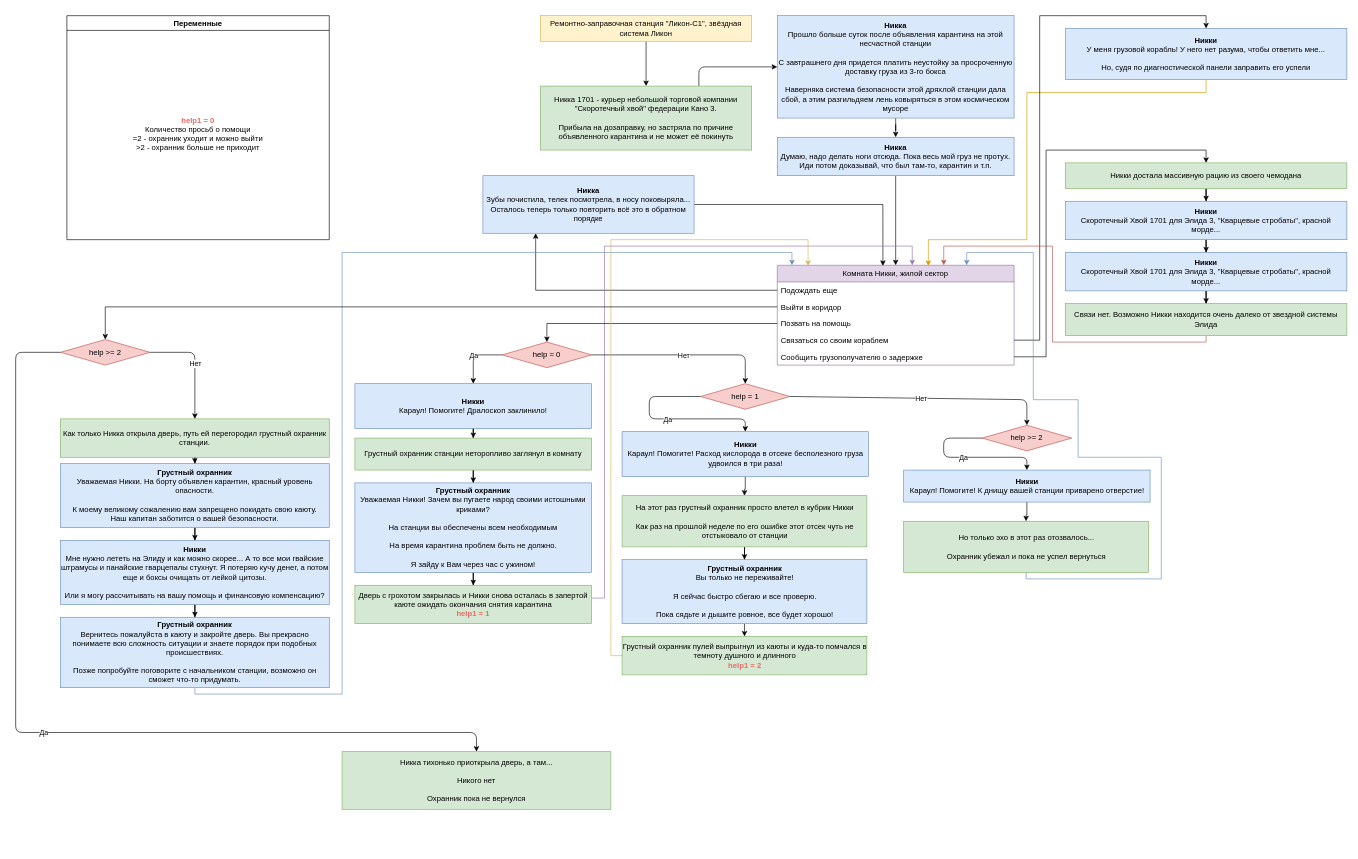
This is nikka1.drawio from zertex/nikka1, a draw.io file, before an edit. Source tidied: cells renumbered, new cells numbered last; positions are measured from the earlier drawing's top-left corner, leaving out a move shared by most shapes. Both pictures are drawn from the tidied source at 64%, with x=0, y=0 at pixel (15, 15).
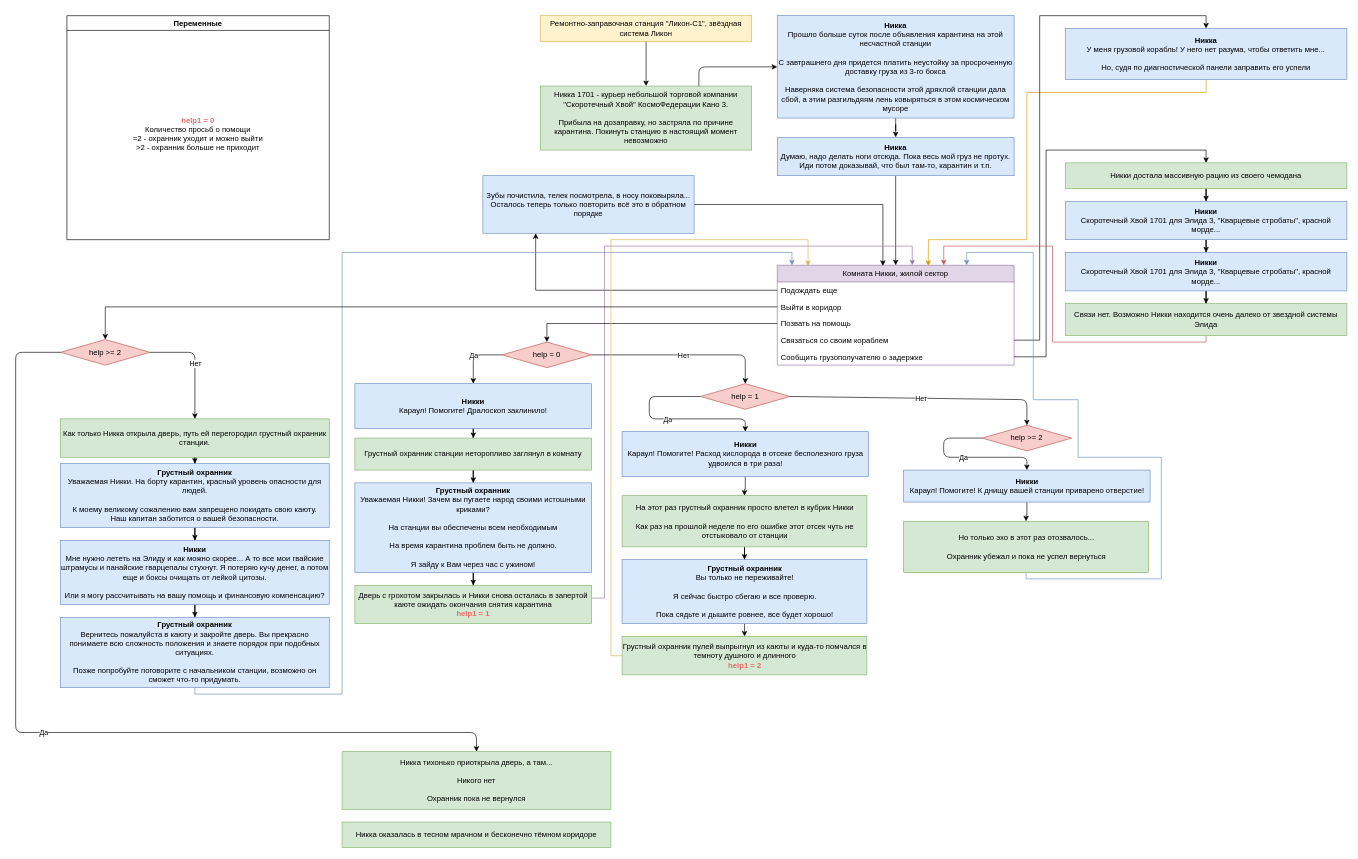
The same page after the edit.

What changed in the source:
```diff
@@
-    <mxCell id="9" value="&lt;div&gt;&lt;b&gt;Никка&lt;/b&gt;&lt;br&gt;&lt;/div&gt;&lt;div&gt;Прошло больше суток после объявления карантина на этой несчастной станции&lt;/div&gt;&lt;div&gt;&lt;br&gt;&lt;/div&gt;&lt;div&gt;&lt;div&gt;С завтрашнего дня придется платить неустойку за просроченную доставку груза из 3-го бокса&lt;/div&gt;&lt;/div&gt;&lt;div&gt;&lt;br&gt;&lt;/div&gt;&lt;div&gt;Наверняка система безопасности этой дряхлой станции дала сбой, а этим разгильдяем лень ковыряться в этом космическом мусоре&lt;/div&gt;" style="whiteSpace=wrap;html=1;fillColor=#dae8fc;strokeColor=#6c8ebf;" parent="1" vertex="1">
+    <mxCell id="9" value="&lt;div&gt;&lt;b&gt;Никка&lt;/b&gt;&lt;br&gt;&lt;/div&gt;&lt;div&gt;Прошло больше суток после объявления карантина на этой несчастной станции&lt;/div&gt;&lt;div&gt;&lt;br&gt;&lt;/div&gt;&lt;div&gt;&lt;div&gt;С завтрашнего дня придется платить неустойку за просроченную доставку груза из 3-го бокса&lt;/div&gt;&lt;/div&gt;&lt;div&gt;&lt;br&gt;&lt;/div&gt;&lt;div&gt;Наверняка система безопасности этой дряхлой станции дала сбой, а этим разгильдяям лень ковыряться в этом космическом мусоре&lt;/div&gt;" style="whiteSpace=wrap;html=1;fillColor=#dae8fc;strokeColor=#6c8ebf;" parent="1" vertex="1">
       <mxGeometry x="1190" width="370" height="160" as="geometry" />
     </mxCell>
@@
-    <mxCell id="13" value="&lt;div&gt;Никка 1701 - курьер небольшой торговой компании &quot;Скоротечный хвой&quot; федерации Кано 3.&lt;/div&gt;&lt;div&gt;&lt;br&gt;&lt;/div&gt;&lt;div&gt;Прибыла на дозаправку, но застряла по причине объявленного карантина и не может её покинуть&lt;br&gt;&lt;/div&gt;" style="whiteSpace=wrap;html=1;fillColor=#d5e8d4;strokeColor=#82b366;" parent="1" vertex="1">
+    <mxCell id="13" value="&lt;div&gt;Никка 1701 - курьер небольшой торговой компании &quot;Скоротечный Хвой&quot; КосмоФедерации Кано 3.&lt;/div&gt;&lt;div&gt;&lt;br&gt;&lt;/div&gt;&lt;div&gt;Прибыла на дозаправку, но застряла по причине карантина. Покинуть станцию в настоящий момент невозможно&lt;br&gt;&lt;/div&gt;" style="whiteSpace=wrap;html=1;fillColor=#d5e8d4;strokeColor=#82b366;" parent="1" vertex="1">
       <mxGeometry x="820" y="110" width="330" height="100" as="geometry" />
     </mxCell>
@@
-    <mxCell id="17" value="&lt;div&gt;&lt;b&gt;Никка&lt;/b&gt;&lt;br&gt;&lt;/div&gt;&lt;div&gt;Зубы почистила, телек посмотрела, в носу поковыряла...&lt;/div&gt;&lt;div&gt;Осталось теперь только повторить всё это в обратном порядке&lt;br&gt;&lt;/div&gt;" style="rounded=0;whiteSpace=wrap;html=1;fillColor=#dae8fc;strokeColor=#6c8ebf;" parent="1" vertex="1">
+    <mxCell id="17" value="Зубы почистила, телек посмотрела, в носу поковыряла...&lt;br&gt;Осталось теперь только повторить всё это в обратном порядке" style="rounded=0;whiteSpace=wrap;html=1;fillColor=#dae8fc;strokeColor=#6c8ebf;" parent="1" vertex="1">
       <mxGeometry x="730" y="250" width="330" height="90" as="geometry" />
     </mxCell>
@@
-    <mxCell id="21" value="&lt;div&gt;&lt;b&gt;Грустный охранник&lt;/b&gt;&lt;/div&gt;&lt;div&gt;Уважаемая Никки. На борту объявлен карантин, красный уровень опасности.&lt;/div&gt;&lt;div&gt;&lt;br&gt;&lt;/div&gt;&lt;div&gt;К моему великому сожалению вам запрещено покидать свою каюту.&lt;/div&gt;&lt;div&gt;Наш капитан заботится о вашей безопасности.&lt;br&gt;&lt;/div&gt;" style="rounded=0;whiteSpace=wrap;html=1;fillColor=#dae8fc;strokeColor=#6c8ebf;" parent="1" vertex="1">
+    <mxCell id="21" value="&lt;div&gt;&lt;b&gt;Грустный охранник&lt;/b&gt;&lt;/div&gt;&lt;div&gt;Уважаемая Никки. На борту карантин, красный уровень опасности для людей.&lt;/div&gt;&lt;div&gt;&lt;br&gt;&lt;/div&gt;&lt;div&gt;К моему великому сожалению вам запрещено покидать свою каюту.&lt;/div&gt;&lt;div&gt;Наш капитан заботится о вашей безопасности.&lt;br&gt;&lt;/div&gt;" style="rounded=0;whiteSpace=wrap;html=1;fillColor=#dae8fc;strokeColor=#6c8ebf;" parent="1" vertex="1">
       <mxGeometry x="70" y="700" width="420" height="100" as="geometry" />
     </mxCell>
@@
-    <mxCell id="26" value="&lt;div&gt;&lt;b&gt;Грустный охранник&lt;/b&gt;&lt;br&gt;&lt;/div&gt;&lt;div&gt;Вернитесь пожалуйста в каюту и закройте дверь. Вы прекрасно понимаете всю сложность ситуации и знаете порядок при подобных происшествиях.&lt;/div&gt;&lt;div&gt;&lt;br&gt;&lt;/div&gt;&lt;div&gt;Позже попробуйте поговорите с начальником станции, возможно он сможет что-то придумать.&lt;br&gt;&lt;/div&gt;" style="rounded=0;whiteSpace=wrap;html=1;fillColor=#dae8fc;strokeColor=#6c8ebf;" parent="1" vertex="1">
+    <mxCell id="26" value="&lt;div&gt;&lt;b&gt;Грустный охранник&lt;/b&gt;&lt;br&gt;&lt;/div&gt;&lt;div&gt;Вернитесь пожалуйста в каюту и закройте дверь. Вы прекрасно понимаете всю сложность положения и знаете порядок при подобных ситуациях.&lt;/div&gt;&lt;div&gt;&lt;br&gt;&lt;/div&gt;&lt;div&gt;Позже попробуйте поговорите с начальником станции, возможно он сможет что-то придумать.&lt;br&gt;&lt;/div&gt;" style="rounded=0;whiteSpace=wrap;html=1;fillColor=#dae8fc;strokeColor=#6c8ebf;" parent="1" vertex="1">
       <mxGeometry x="70" y="940" width="420" height="110" as="geometry" />
     </mxCell>
@@
-    <mxCell id="36" value="&lt;div&gt;&lt;b&gt;Никки&lt;/b&gt;&lt;/div&gt;&lt;div&gt;У меня грузовой корабль! У него нет разума, чтобы ответить мне...&lt;/div&gt;&lt;div&gt;&lt;br&gt;&lt;/div&gt;&lt;div&gt;Но, судя по диагностической панели заправить его успели&lt;br&gt;&lt;/div&gt;" style="rounded=0;whiteSpace=wrap;html=1;fillColor=#dae8fc;strokeColor=#6c8ebf;" parent="1" vertex="1">
+    <mxCell id="36" value="&lt;div&gt;&lt;b&gt;Никка&lt;/b&gt;&lt;/div&gt;&lt;div&gt;У меня грузовой корабль! У него нет разума, чтобы ответить мне...&lt;/div&gt;&lt;div&gt;&lt;br&gt;&lt;/div&gt;&lt;div&gt;Но, судя по диагностической панели заправить его успели&lt;br&gt;&lt;/div&gt;" style="rounded=0;whiteSpace=wrap;html=1;fillColor=#dae8fc;strokeColor=#6c8ebf;" parent="1" vertex="1">
       <mxGeometry x="1640" y="20" width="440" height="80" as="geometry" />
     </mxCell>
@@
-    <mxCell id="64" value="&lt;div&gt;&lt;b&gt;Грустный охранник&lt;/b&gt;&lt;br&gt;&lt;/div&gt;&lt;div&gt;Вы только не переживайте!&lt;/div&gt;&lt;div&gt;&lt;br&gt;&lt;/div&gt;&lt;div&gt;Я сейчас быстро сбегаю и все проверю.&lt;/div&gt;&lt;div&gt;&lt;br&gt;&lt;/div&gt;&lt;div&gt;Пока сядьте и дышите ровное, все будет хорошо!&lt;br&gt;&lt;/div&gt;" style="rounded=0;whiteSpace=wrap;html=1;fillColor=#dae8fc;strokeColor=#6c8ebf;" parent="1" vertex="1">
+    <mxCell id="64" value="&lt;div&gt;&lt;b&gt;Грустный охранник&lt;/b&gt;&lt;br&gt;&lt;/div&gt;&lt;div&gt;Вы только не переживайте!&lt;/div&gt;&lt;div&gt;&lt;br&gt;&lt;/div&gt;&lt;div&gt;Я сейчас быстро сбегаю и все проверю.&lt;/div&gt;&lt;div&gt;&lt;br&gt;&lt;/div&gt;&lt;div&gt;Пока сядьте и дышите ровнее, все будет хорошо!&lt;br&gt;&lt;/div&gt;" style="rounded=0;whiteSpace=wrap;html=1;fillColor=#dae8fc;strokeColor=#6c8ebf;" parent="1" vertex="1">
       <mxGeometry x="947.5" y="850" width="382.5" height="100" as="geometry" />
     </mxCell>
@@
+    <mxCell id="82" value="Никка оказалась в тесном мрачном и бесконечно тёмном коридоре" style="rounded=0;whiteSpace=wrap;html=1;fillColor=#d5e8d4;strokeColor=#82b366;" parent="1" vertex="1">
+      <mxGeometry x="510" y="1260" width="420" height="40" as="geometry" />
+    </mxCell>
```
